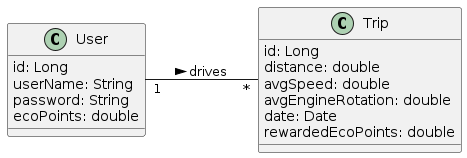
This is images/cld.png from 2324-4bhif-syp/2324-4bhif-syp-project-ecopoints, a PlantUML export, as it was before one commit.
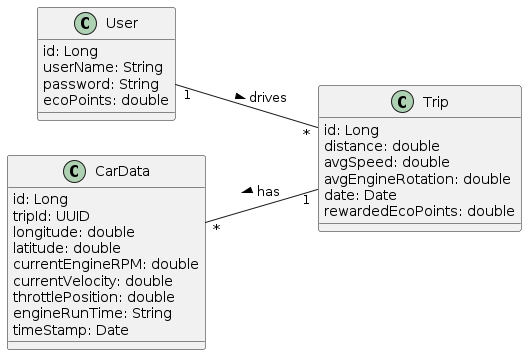
Above is the later version.

The edit, as a diff of the source:
```diff
@@ -17,5 +17,18 @@
     rewardedEcoPoints: double
 }
 
+class CarData {
+    id: Long
+    tripId: UUID
+    longitude: double
+    latitude: double
+    currentEngineRPM: double
+    currentVelocity: double
+    throttlePosition: double
+    engineRunTime: String
+    timeStamp: Date
+ }
+
 User "1" -- "*" Trip : > drives
+ CarData "*" -- "1"  Trip : < has
 @enduml
```
